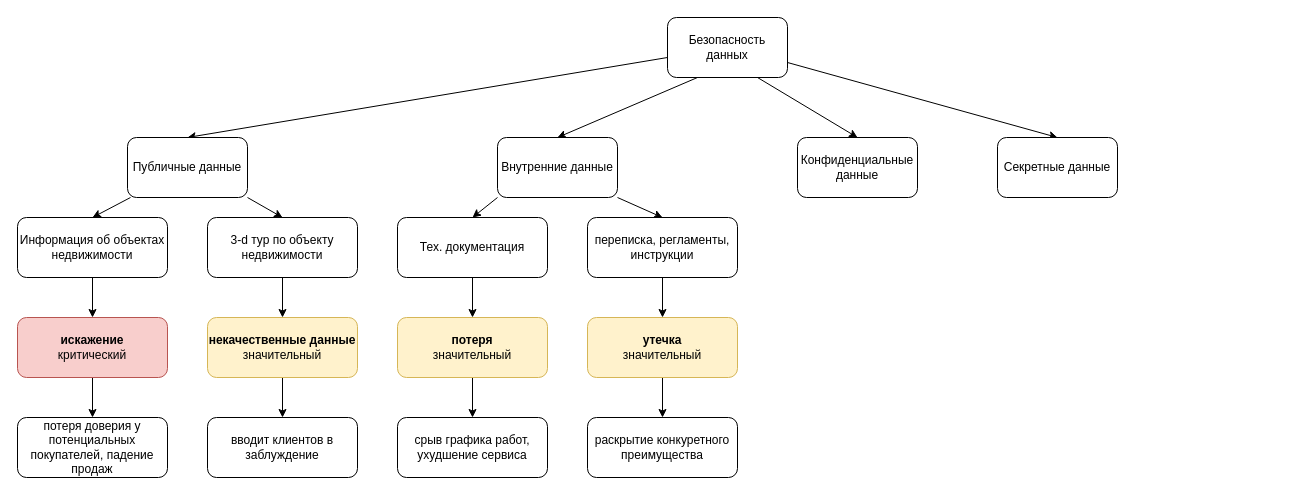
Earlier version of the draw.io diagram Task1/task1.drawio (vladimir-kulgun/architecture-pro-propdevelopment). Source tidied: cells renumbered, new cells numbered last; positions are measured from the earlier drawing's top-left corner, leaving out a move shared by most shapes. Both pictures are drawn from the tidied source at 100%, with x=0, y=0 at pixel (17, 17).
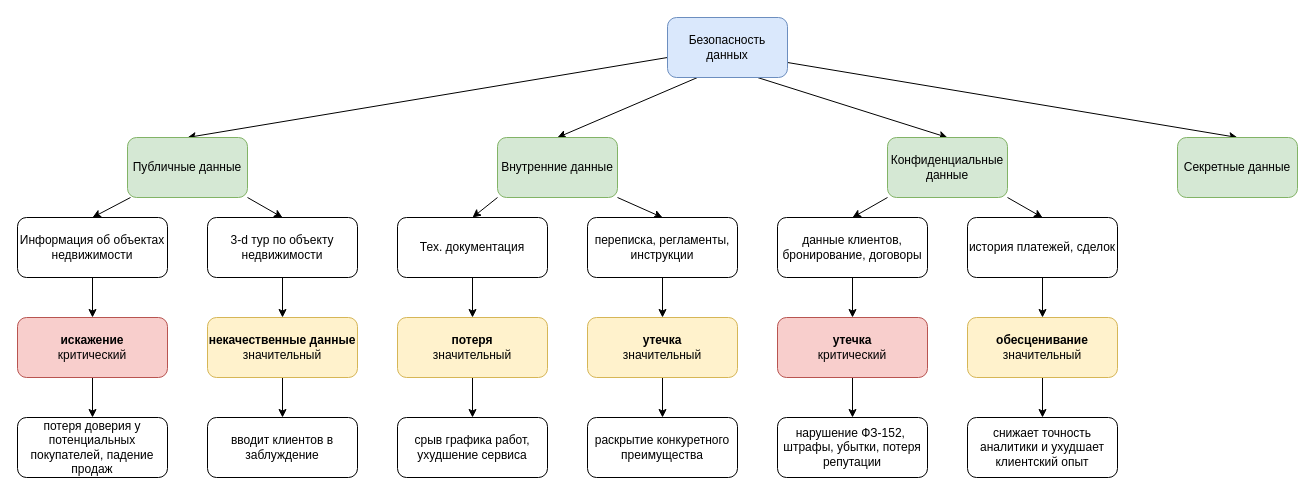
The same page after the edit.

Commit message:
Конфиденциальные данные

The edit, as a diff of the source:
```diff
@@
-    <mxCell id="6" value="Безопасность данных" style="rounded=1;whiteSpace=wrap;html=1;" parent="1" vertex="1">
+    <mxCell id="6" value="Безопасность данных" style="rounded=1;whiteSpace=wrap;html=1;fillColor=#dae8fc;strokeColor=#6c8ebf;" parent="1" vertex="1">
       <mxGeometry x="650" width="120" height="60" as="geometry" />
     </mxCell>
@@
-    <mxCell id="9" value="Публичные данные" style="rounded=1;whiteSpace=wrap;html=1;" parent="1" vertex="1">
+    <mxCell id="9" value="Публичные данные" style="rounded=1;whiteSpace=wrap;html=1;fillColor=#d5e8d4;strokeColor=#82b366;" parent="1" vertex="1">
       <mxGeometry x="110" y="120" width="120" height="60" as="geometry" />
     </mxCell>
@@
-    <mxCell id="12" value="Внутренние данные" style="rounded=1;whiteSpace=wrap;html=1;" parent="1" vertex="1">
+    <mxCell id="12" value="Внутренние данные" style="rounded=1;whiteSpace=wrap;html=1;fillColor=#d5e8d4;strokeColor=#82b366;" parent="1" vertex="1">
       <mxGeometry x="480" y="120" width="120" height="60" as="geometry" />
     </mxCell>
+    <mxCell id="35" style="edgeStyle=none;html=1;exitX=0;exitY=1;exitDx=0;exitDy=0;entryX=0.5;entryY=0;entryDx=0;entryDy=0;" parent="1" edge="1" source="13" target="38">
+      <mxGeometry relative="1" as="geometry" />
+    </mxCell>
+    <mxCell id="36" style="edgeStyle=none;html=1;exitX=1;exitY=1;exitDx=0;exitDy=0;entryX=0.5;entryY=0;entryDx=0;entryDy=0;" parent="1" edge="1" source="13" target="43">
+      <mxGeometry relative="1" as="geometry" />
+    </mxCell>
-    <mxCell id="13" value="Конфиденциальные данные" style="rounded=1;whiteSpace=wrap;html=1;" parent="1" vertex="1">
-      <mxGeometry x="780" y="120" width="120" height="60" as="geometry" />
+    <mxCell id="13" value="Конфиденциальные данные" style="rounded=1;whiteSpace=wrap;html=1;fillColor=#d5e8d4;strokeColor=#82b366;" parent="1" vertex="1">
+      <mxGeometry x="870" y="120" width="120" height="60" as="geometry" />
     </mxCell>
-    <mxCell id="14" value="Секретные данные" style="rounded=1;whiteSpace=wrap;html=1;" parent="1" vertex="1">
-      <mxGeometry x="980" y="120" width="120" height="60" as="geometry" />
+    <mxCell id="14" value="Секретные данные" style="rounded=1;whiteSpace=wrap;html=1;fillColor=#d5e8d4;strokeColor=#82b366;" parent="1" vertex="1">
+      <mxGeometry x="1160" y="120" width="120" height="60" as="geometry" />
     </mxCell>
@@
+    <mxCell id="37" style="edgeStyle=none;html=1;exitX=0.5;exitY=1;exitDx=0;exitDy=0;" parent="1" edge="1" source="38" target="40">
+      <mxGeometry relative="1" as="geometry" />
+    </mxCell>
+    <mxCell id="38" value="данные клиентов, бронирование, договоры" style="rounded=1;whiteSpace=wrap;html=1;" parent="1" vertex="1">
+      <mxGeometry x="760" y="200" width="150" height="60" as="geometry" />
+    </mxCell>
+    <mxCell id="39" style="edgeStyle=none;html=1;entryX=0.5;entryY=0;entryDx=0;entryDy=0;" parent="1" edge="1" source="40" target="41">
+      <mxGeometry relative="1" as="geometry" />
+    </mxCell>
+    <mxCell id="40" value="&lt;b&gt;утечка&lt;/b&gt;&lt;br&gt;&lt;div&gt;критический&lt;/div&gt;" style="rounded=1;whiteSpace=wrap;html=1;fillColor=#f8cecc;strokeColor=#b85450;" parent="1" vertex="1">
+      <mxGeometry x="760" y="300" width="150" height="60" as="geometry" />
+    </mxCell>
+    <mxCell id="41" value="нарушение ФЗ-152,&amp;nbsp;&lt;div&gt;штрафы, убытки, потеря репутации&lt;/div&gt;" style="rounded=1;whiteSpace=wrap;html=1;" parent="1" vertex="1">
+      <mxGeometry x="760" y="400" width="150" height="60" as="geometry" />
+    </mxCell>
+    <mxCell id="42" style="edgeStyle=none;html=1;exitX=0.5;exitY=1;exitDx=0;exitDy=0;" parent="1" edge="1" source="43" target="45">
+      <mxGeometry relative="1" as="geometry" />
+    </mxCell>
+    <mxCell id="43" value="история платежей, сделок" style="rounded=1;whiteSpace=wrap;html=1;" parent="1" vertex="1">
+      <mxGeometry x="950" y="200" width="150" height="60" as="geometry" />
+    </mxCell>
+    <mxCell id="44" style="edgeStyle=none;html=1;exitX=0.5;exitY=1;exitDx=0;exitDy=0;" parent="1" edge="1" source="45" target="46">
+      <mxGeometry relative="1" as="geometry" />
+    </mxCell>
+    <mxCell id="45" value="&lt;div&gt;&lt;font color=&quot;#000000&quot;&gt;&lt;b&gt;обесценивание&lt;/b&gt;&lt;/font&gt;&lt;/div&gt;&lt;div&gt;значительный&lt;/div&gt;" style="rounded=1;whiteSpace=wrap;html=1;fillColor=#fff2cc;strokeColor=#d6b656;" parent="1" vertex="1">
+      <mxGeometry x="950" y="300" width="150" height="60" as="geometry" />
+    </mxCell>
+    <mxCell id="46" value="снижает точность аналитики и ухудшает клиентский опыт" style="rounded=1;whiteSpace=wrap;html=1;" parent="1" vertex="1">
+      <mxGeometry x="950" y="400" width="150" height="60" as="geometry" />
+    </mxCell>
```
